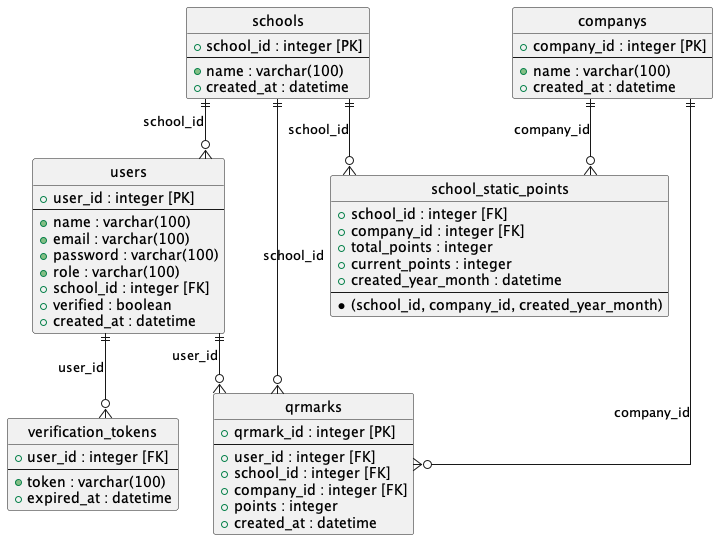
v420v/QRmarkOld keeps this PlantUML diagram as out/sql/ERDiagram/sql.png. Above is the earlier version. The source it was exported from:
```plantuml
@startuml sql

hide circle

skinparam linetype ortho

entity "schools" as schools {
  + school_id : integer [PK]
  --
  + name : varchar(100)
  + created_at : datetime
}

entity "users" as users {
  + user_id : integer [PK]
  --
  + name : varchar(100)
  + email : varchar(100)
  + password : varchar(100)
  + role : varchar(100)
  + school_id : integer [FK]
  + verified : boolean
  + created_at : datetime
}

entity "verification_tokens" as verification_tokens {
  + user_id : integer [FK]
  --
  + token : varchar(100)
  + expired_at : datetime
}

entity "companys" as companys {
  + company_id : integer [PK]
  --
  + name : varchar(100)
  + created_at : datetime
}

entity "qrmarks" as qrmarks {
  + qrmark_id : integer [PK]
  --
  + user_id : integer [FK]
  + school_id : integer [FK]
  + company_id : integer [FK]
  + points : integer
  + created_at : datetime
}

entity "school_static_points" as school_static_points {
  + school_id : integer [FK]
  + company_id : integer [FK]
  + total_points : integer
  + current_points : integer
  + created_year_month : datetime
  --
  * (school_id, company_id, created_year_month)
}

schools ||--o{ users : "school_id"
users ||--o{ verification_tokens : "user_id"
users ||--o{ qrmarks : "user_id"
companys ||--o{ qrmarks : "company_id"
schools ||--o{ qrmarks : "school_id"
schools ||--o{ school_static_points : "school_id"
companys ||--o{ school_static_points : "company_id"

@enduml
```
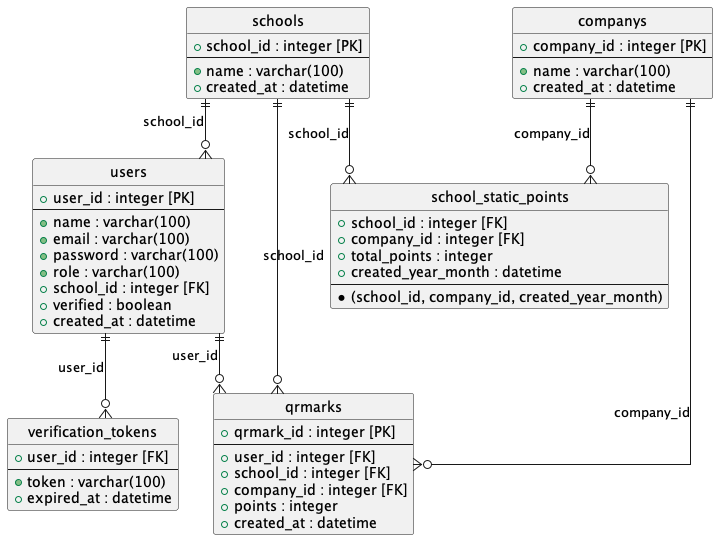
After the change.

What changed in the source:
```diff
@@ -51,7 +51,6 @@
   + school_id : integer [FK]
   + company_id : integer [FK]
   + total_points : integer
-  + current_points : integer
   + created_year_month : datetime
   --
   * (school_id, company_id, created_year_month)
```
